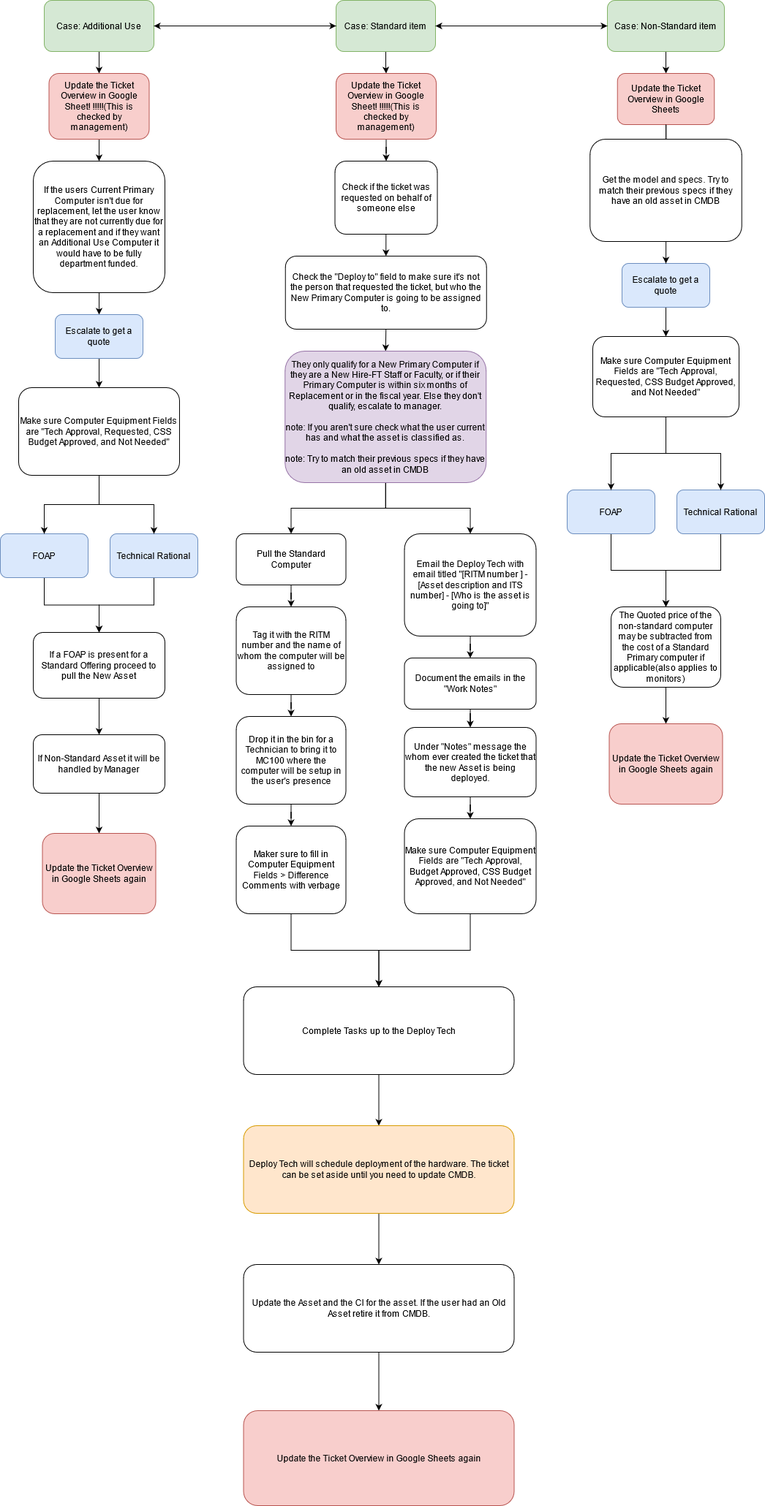
Before: Untitled Diagram.drawio.png, a diagram exported from draw.io (KevinWongCS/USFUSF). Source tidied: cells renumbered, new cells last; positions are measured from the earlier drawing's top-left corner, leaving out a move shared by most shapes.
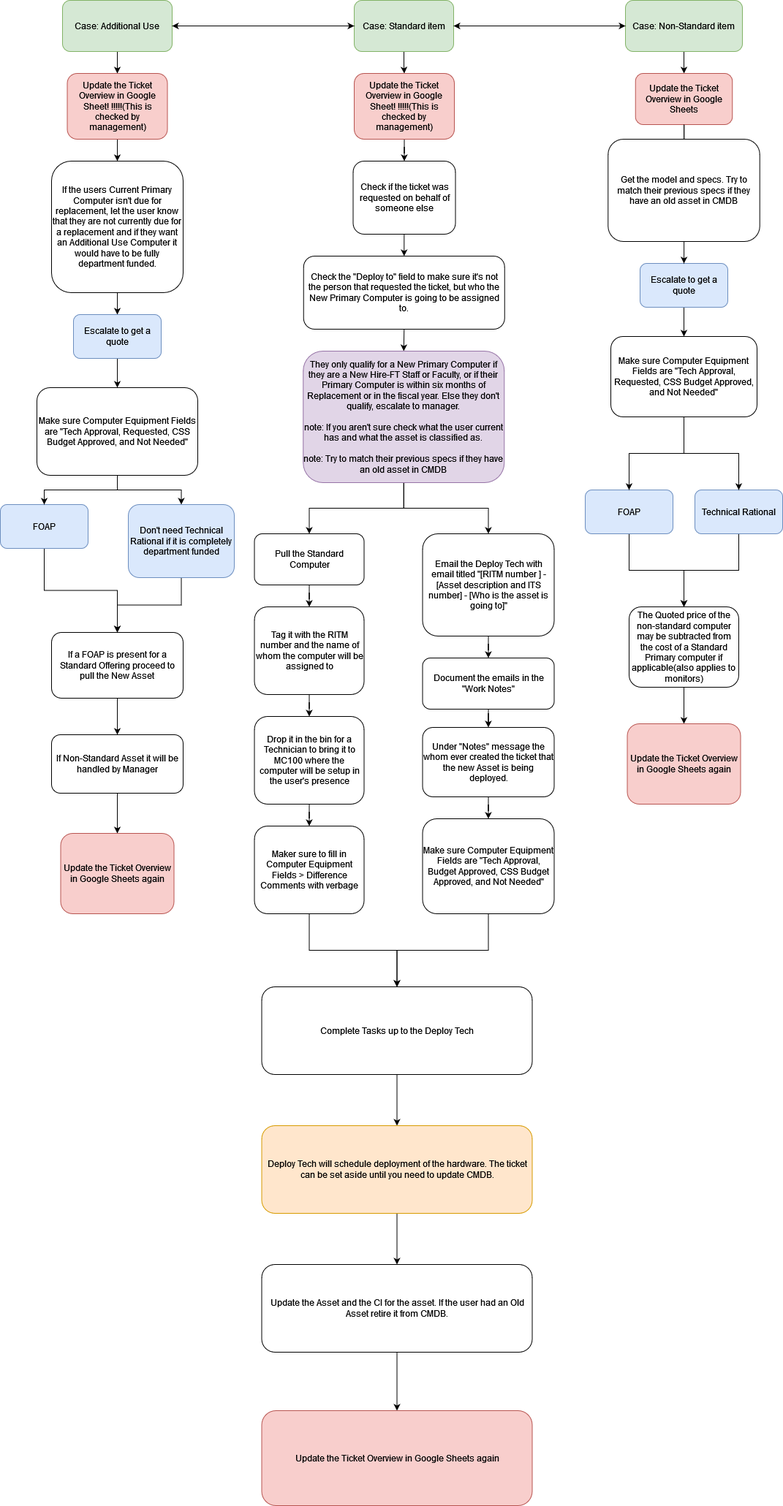
Later version of the same file.

The edit, as a diff of the source:
```diff
@@ -176,13 +176,13 @@
       <mxGeometry relative="1" as="geometry" />
     </mxCell>
     <mxCell id="59" value="FOAP" style="rounded=1;whiteSpace=wrap;html=1;fillColor=#dae8fc;strokeColor=#6c8ebf;" parent="1" vertex="1">
-      <mxGeometry y="730" width="120" height="60" as="geometry" />
+      <mxGeometry x="-25" y="690" width="120" height="60" as="geometry" />
     </mxCell>
     <mxCell id="60" style="edgeStyle=orthogonalEdgeStyle;rounded=0;jettySize=auto;html=1;" parent="1" edge="1" source="61" target="38">
       <mxGeometry relative="1" as="geometry" />
     </mxCell>
-    <mxCell id="61" value="Technical Rational" style="rounded=1;whiteSpace=wrap;html=1;fillColor=#dae8fc;strokeColor=#6c8ebf;" parent="1" vertex="1">
-      <mxGeometry x="150" y="730" width="120" height="60" as="geometry" />
+    <mxCell id="61" value="Don't need Technical Rational if it is completely department funded" style="rounded=1;whiteSpace=wrap;html=1;fillColor=#dae8fc;strokeColor=#6c8ebf;" parent="1" vertex="1">
+      <mxGeometry x="150" y="690" width="145" height="100" as="geometry" />
     </mxCell>
     <mxCell id="62" style="edgeStyle=orthogonalEdgeStyle;rounded=0;jettySize=auto;html=1;entryX=0.5;entryY=0;entryDx=0;entryDy=0;" parent="1" edge="1" source="64" target="59">
       <mxGeometry relative="1" as="geometry" />
```
